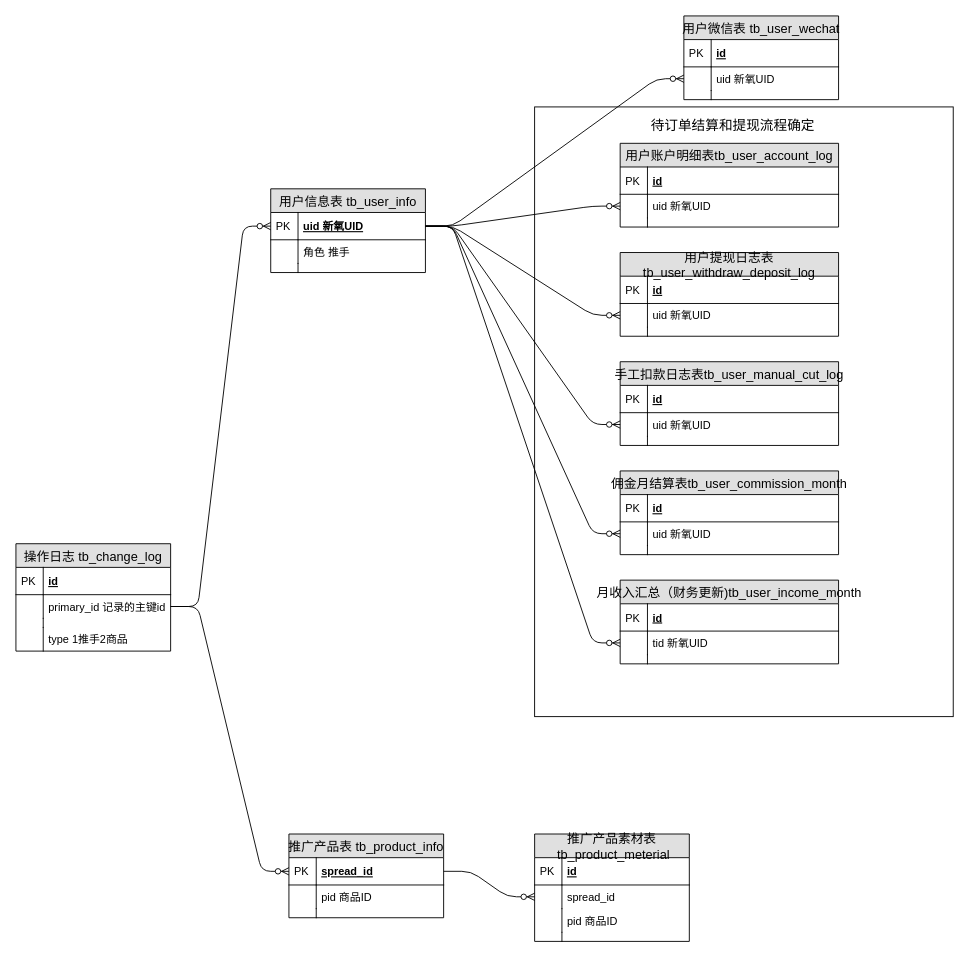
Earlier version of the draw.io diagram page "第 2 页" (2 of 2) of ThinkPHP/未命名绘图.drawio (QinShangQs/dance). Source tidied: cells renumbered, new cells numbered last; positions are measured from the earlier drawing's top-left corner, leaving out a move shared by most shapes. Both pictures are drawn from the tidied source at 91%, with x=0, y=0 at pixel (15, 15).
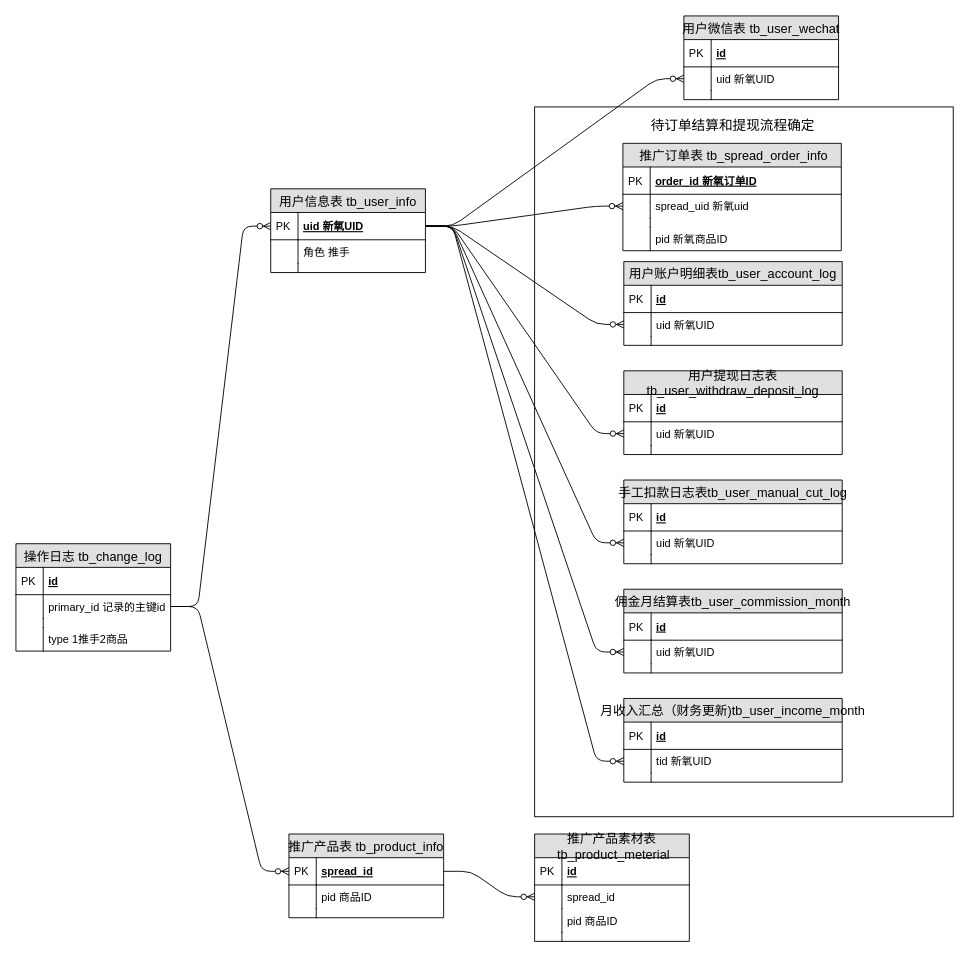
Above is the later version.

Commit message:
更新未命名绘图.drawio

The change refers to these unchanged cells:
```xml
<mxCell id="11" value="uid 新氧UID" style="shape=partialRectangle;top=0;left=0;right=0;bottom=1;align=left;verticalAlign=middle;fillColor=none;spacingLeft=34;spacingRight=4;overflow=hidden;points=[[0,0.5],[1,0.5]];portConstraint=eastwest;fontStyle=5;fontSize=12;" parent="10" vertex="1">
  <mxGeometry y="26" width="170" height="30" as="geometry" />
</mxCell>
```

What changed in the source:
```diff
@@
     <mxCell id="2" style="rounded=0;whiteSpace=wrap;html=1;fontSize=15;" parent="1" vertex="1">
-      <mxGeometry x="570" y="100" width="460" height="670" as="geometry" />
+      <mxGeometry x="570" y="100" width="460" height="780" as="geometry" />
     </mxCell>
     <mxCell id="3" value="用户账户明细表tb_user_account_log" style="swimlane;fontStyle=0;horizontal=1;startSize=26;fillColor=#e0e0e0;swimlaneFillColor=#ffffff;align=center;fontSize=14;" parent="1" vertex="1">
-      <mxGeometry x="664" y="140" width="240" height="92" as="geometry" />
+      <mxGeometry x="668" y="270" width="240" height="92" as="geometry" />
     </mxCell>
@@
     <mxCell id="24" value="用户提现日志表&#10;tb_user_withdraw_deposit_log" style="swimlane;fontStyle=0;horizontal=1;startSize=26;fillColor=#e0e0e0;swimlaneFillColor=#ffffff;align=center;fontSize=14;" parent="1" vertex="1">
-      <mxGeometry x="664" y="260" width="240" height="92" as="geometry" />
+      <mxGeometry x="668" y="390" width="240" height="92" as="geometry" />
     </mxCell>
@@
     <mxCell id="31" value="手工扣款日志表tb_user_manual_cut_log" style="swimlane;fontStyle=0;horizontal=1;startSize=26;fillColor=#e0e0e0;swimlaneFillColor=#ffffff;align=center;fontSize=14;" parent="1" vertex="1">
-      <mxGeometry x="664" y="380" width="240" height="92" as="geometry" />
+      <mxGeometry x="668" y="510" width="240" height="92" as="geometry" />
     </mxCell>
@@
     <mxCell id="38" value="佣金月结算表tb_user_commission_month" style="swimlane;fontStyle=0;horizontal=1;startSize=26;fillColor=#e0e0e0;swimlaneFillColor=#ffffff;align=center;fontSize=14;" parent="1" vertex="1">
-      <mxGeometry x="664" y="500" width="240" height="92" as="geometry" />
+      <mxGeometry x="668" y="630" width="240" height="92" as="geometry" />
     </mxCell>
@@
     <mxCell id="45" value="月收入汇总（财务更新)tb_user_income_month" style="swimlane;fontStyle=0;horizontal=1;startSize=26;fillColor=#e0e0e0;swimlaneFillColor=#ffffff;align=center;fontSize=14;" parent="1" vertex="1">
-      <mxGeometry x="664" y="620" width="240" height="92" as="geometry" />
+      <mxGeometry x="668" y="750" width="240" height="92" as="geometry" />
     </mxCell>
@@
+    <mxCell id="87" value=" 推广订单表 tb_spread_order_info" style="swimlane;fontStyle=0;horizontal=1;startSize=26;fillColor=#e0e0e0;swimlaneFillColor=#ffffff;align=center;fontSize=14;" parent="1" vertex="1">
+      <mxGeometry x="667" y="140" width="240" height="118" as="geometry" />
+    </mxCell>
+    <mxCell id="88" value="order_id 新氧订单ID" style="shape=partialRectangle;top=0;left=0;right=0;bottom=1;align=left;verticalAlign=middle;fillColor=none;spacingLeft=34;spacingRight=4;overflow=hidden;fontStyle=5;fontSize=12;" parent="87" vertex="1">
+      <mxGeometry y="26" width="240" height="30" as="geometry" />
+    </mxCell>
+    <mxCell id="89" value="PK" style="shape=partialRectangle;top=0;left=0;bottom=0;fillColor=none;align=left;verticalAlign=middle;spacingLeft=4;spacingRight=4;overflow=hidden;fontSize=12;" parent="88" vertex="1">
+      <mxGeometry width="30" height="30" as="geometry" />
+    </mxCell>
+    <mxCell id="90" value="spread_uid 新氧uid" style="shape=partialRectangle;top=0;left=0;right=0;bottom=0;align=left;verticalAlign=top;fillColor=none;spacingLeft=34;spacingRight=4;overflow=hidden;points=[[0,0.5],[1,0.5]];portConstraint=eastwest;fontSize=12;" parent="87" vertex="1">
+      <mxGeometry y="56" width="240" height="26" as="geometry" />
+    </mxCell>
+    <mxCell id="91" style="shape=partialRectangle;top=0;left=0;bottom=0;fillColor=none;align=left;verticalAlign=top;spacingLeft=4;spacingRight=4;overflow=hidden;fontSize=12;" parent="90" vertex="1">
+      <mxGeometry width="30" height="26" as="geometry" />
+    </mxCell>
+    <mxCell id="92" style="shape=partialRectangle;top=0;left=0;right=0;bottom=0;align=left;verticalAlign=top;fillColor=none;spacingLeft=34;spacingRight=4;overflow=hidden;fontSize=12;" parent="87" vertex="1">
+      <mxGeometry y="82" width="240" height="10" as="geometry" />
+    </mxCell>
+    <mxCell id="93" style="shape=partialRectangle;top=0;left=0;bottom=0;fillColor=none;align=left;verticalAlign=top;spacingLeft=4;spacingRight=4;overflow=hidden;fontSize=12;" parent="92" vertex="1">
+      <mxGeometry width="30" height="10" as="geometry" />
+    </mxCell>
+    <mxCell id="94" value="pid 新氧商品ID" style="shape=partialRectangle;top=0;left=0;right=0;bottom=0;align=left;verticalAlign=top;fillColor=none;spacingLeft=34;spacingRight=4;overflow=hidden;fontSize=12;" parent="87" vertex="1">
+      <mxGeometry y="92" width="240" height="26" as="geometry" />
+    </mxCell>
+    <mxCell id="95" style="shape=partialRectangle;top=0;left=0;bottom=0;fillColor=none;align=left;verticalAlign=top;spacingLeft=4;spacingRight=4;overflow=hidden;fontSize=12;" parent="94" vertex="1">
+      <mxGeometry width="30" height="26" as="geometry" />
+    </mxCell>
+    <mxCell id="96" style="edgeStyle=entityRelationEdgeStyle;fontSize=12;html=1;endArrow=ERzeroToMany;endFill=1;exitX=1;exitY=0.5;exitDx=0;exitDy=0;" parent="1" edge="1" source="11" target="90">
+      <mxGeometry relative="1" as="geometry" />
+    </mxCell>
```
